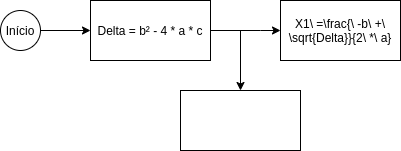
This is Trabalho_APC_1.png from Lrlk/Trabalho-de-APC1, a draw.io export, as it was before one commit. Source tidied: cells renumbered, new cells last; positions are measured from the earlier drawing's top-left corner, leaving out a move shared by most shapes.
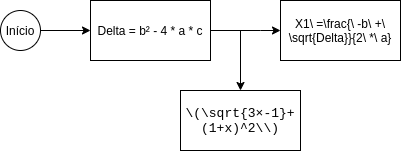
Above is the later version.

The edit, as a diff of the source:
```diff
@@ -30,7 +30,7 @@
     <mxCell id="7" value="X1\ =\frac{\ -b\ +\ \sqrt{Delta}}{2\ *\ a}" style="rounded=0;whiteSpace=wrap;html=1;glass=0;" parent="1" vertex="1">
       <mxGeometry x="280" width="120" height="60" as="geometry" />
     </mxCell>
-    <mxCell id="8" style="rounded=0;whiteSpace=wrap;html=1;glass=0;" parent="1" vertex="1">
+    <mxCell id="8" value="&lt;span style=&quot;font-family: &amp;#34;courier new&amp;#34; , &amp;#34;courier&amp;#34; , monospace ; font-size: 13px ; background-color: rgb(255 , 255 , 255)&quot;&gt;\(\sqrt{3×-1}+(1+x)^2\\)&lt;/span&gt;" style="rounded=0;whiteSpace=wrap;html=1;glass=0;" parent="1" vertex="1">
       <mxGeometry x="180" y="90" width="120" height="60" as="geometry" />
     </mxCell>
   </root>
```
